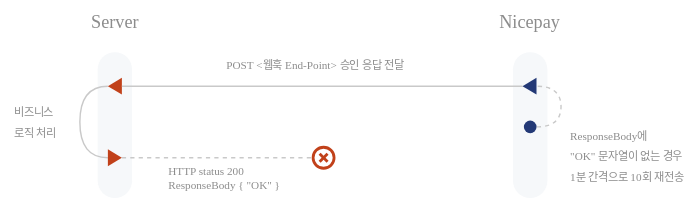
Above: image/payment-webhook.svg in nicepayments/nicepay-manual (draw.io), before the change. Source tidied: cells renumbered, new cells last; positions are measured from the earlier drawing's top-left corner, leaving out a move shared by most shapes.
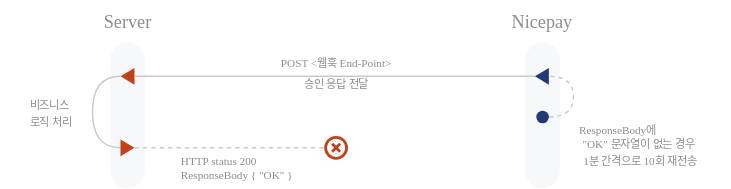
After the commit.

Commit message:
fix: 웹훅 이미지 수정

Diff of the diagram source:
```diff
@@ -37,8 +37,8 @@
     <mxCell id="11" style="ellipse;whiteSpace=wrap;html=1;fillStyle=auto;fillColor=#233976;strokeColor=none;" parent="1" vertex="1">
       <mxGeometry x="373.5" y="85.6" width="9" height="9" as="geometry" />
     </mxCell>
-    <mxCell id="12" value="&lt;font style=&quot;font-size: 8px;&quot;&gt;POST &amp;lt;웹훅 End-Point&amp;gt; 승인 응답 전달&lt;/font&gt;" style="text;html=1;strokeColor=none;fillColor=none;align=center;verticalAlign=middle;whiteSpace=wrap;rounded=0;fillStyle=auto;fontFamily=맑은 고딕;fontColor=#8C8C8C;fontStyle=0;" parent="1" vertex="1">
-      <mxGeometry x="140" y="30" width="170" height="30" as="geometry" />
+    <mxCell id="12" value="&lt;font style=&quot;font-size: 8px;&quot;&gt;POST &amp;lt;웹훅 End-Point&amp;gt; &lt;br&gt;승인 응답 전달&lt;/font&gt;" style="text;html=1;strokeColor=none;fillColor=none;align=center;verticalAlign=middle;whiteSpace=wrap;rounded=0;fillStyle=auto;fontFamily=맑은 고딕;fontColor=#8C8C8C;fontStyle=0;" parent="1" vertex="1">
+      <mxGeometry x="145.5" y="43.1" width="170" height="30" as="geometry" />
     </mxCell>
     <mxCell id="13" value="&lt;div style=&quot;text-align: left;&quot;&gt;&lt;span style=&quot;font-size: 8px; background-color: initial;&quot;&gt;HTTP status 200&lt;/span&gt;&lt;/div&gt;&lt;span style=&quot;font-size: 8px;&quot;&gt;&lt;div style=&quot;text-align: left;&quot;&gt;&lt;span style=&quot;background-color: initial;&quot;&gt;ResponseBody { &quot;OK&quot; }&lt;/span&gt;&lt;/div&gt;&lt;/span&gt;" style="text;html=1;strokeColor=none;fillColor=none;align=center;verticalAlign=middle;whiteSpace=wrap;rounded=0;fillStyle=auto;fontFamily=맑은 고딕;fontColor=#8C8C8C;fontStyle=0;" parent="1" vertex="1">
       <mxGeometry x="110" y="110" width="100" height="30" as="geometry" />
@@ -58,17 +58,26 @@
     <mxCell id="18" style="line;strokeWidth=2;direction=south;html=1;fillStyle=auto;strokeColor=#C1411A;fontFamily=Helvetica;fontSize=8;fontColor=#8C8C8C;fillColor=none;rotation=-45;" parent="16" vertex="1">
       <mxGeometry x="1.4" y="2.4" width="10" height="8" as="geometry" />
     </mxCell>
-    <mxCell id="19" value="&lt;div style=&quot;text-align: left;&quot;&gt;&lt;span style=&quot;font-size: 8px;&quot;&gt;비즈니스&amp;nbsp;&lt;/span&gt;&lt;/div&gt;&lt;div style=&quot;text-align: left;&quot;&gt;&lt;span style=&quot;font-size: 8px;&quot;&gt;로직 처리&lt;/span&gt;&lt;/div&gt;" style="text;html=1;strokeColor=none;fillColor=none;align=center;verticalAlign=middle;whiteSpace=wrap;rounded=0;fillStyle=auto;fontFamily=맑은 고딕;fontColor=#8C8C8C;fontStyle=0;" parent="1" vertex="1">
-      <mxGeometry y="71.1" width="50" height="30" as="geometry" />
+    <mxCell id="19" value="&lt;div style=&quot;text-align: left;&quot;&gt;&lt;span style=&quot;font-size: 8px;&quot;&gt;비즈니스&amp;nbsp;&lt;/span&gt;&lt;/div&gt;" style="text;html=1;strokeColor=none;fillColor=none;align=center;verticalAlign=middle;whiteSpace=wrap;rounded=0;fillStyle=auto;fontFamily=맑은 고딕;fontColor=#8C8C8C;fontStyle=0;" parent="1" vertex="1">
+      <mxGeometry x="1.5" y="66.1" width="50" height="30" as="geometry" />
     </mxCell>
-    <mxCell id="20" value="&lt;div style=&quot;text-align: left;&quot;&gt;&lt;span style=&quot;font-size: 8px;&quot;&gt;ResponseBody에&amp;nbsp;&lt;/span&gt;&lt;/div&gt;&lt;div style=&quot;text-align: left;&quot;&gt;&lt;span style=&quot;font-size: 8px;&quot;&gt;&quot;OK&quot; 문자열이 없는 경우&amp;nbsp;&lt;/span&gt;&lt;/div&gt;&lt;div style=&quot;text-align: left;&quot;&gt;&lt;span style=&quot;font-size: 8px;&quot;&gt;1분 간격으로 10회 재전송&lt;/span&gt;&lt;/div&gt;" style="text;html=1;strokeColor=none;fillColor=none;align=center;verticalAlign=middle;whiteSpace=wrap;rounded=0;fillStyle=auto;fontFamily=맑은 고딕;fontColor=#8C8C8C;fontStyle=0;spacing=2;spacingTop=0;spacingBottom=0;" parent="1" vertex="1">
-      <mxGeometry x="398" y="94.6" width="100" height="30" as="geometry" />
+    <mxCell id="20" value="&lt;div style=&quot;text-align: left;&quot;&gt;&lt;span style=&quot;font-size: 8px;&quot;&gt;ResponseBody에&amp;nbsp;&lt;/span&gt;&lt;/div&gt;" style="text;html=1;strokeColor=none;fillColor=none;align=center;verticalAlign=middle;whiteSpace=wrap;rounded=0;fillStyle=auto;fontFamily=맑은 고딕;fontColor=#8C8C8C;fontStyle=0;spacing=2;spacingTop=0;spacingBottom=0;" parent="1" vertex="1">
+      <mxGeometry x="382.5" y="84.3" width="100" height="30" as="geometry" />
     </mxCell>
     <mxCell id="21" value="&lt;span style=&quot;font-size: 13px;&quot;&gt;Server&lt;/span&gt;" style="text;html=1;strokeColor=none;fillColor=none;align=center;verticalAlign=middle;whiteSpace=wrap;rounded=0;fillStyle=auto;fontFamily=맑은 고딕;fontColor=#8C8C8C;fontStyle=0;fontSize=13;" parent="1" vertex="1">
-      <mxGeometry x="61.5" width="40" height="30" as="geometry" />
+      <mxGeometry x="61.5" y="7" width="40" height="30" as="geometry" />
     </mxCell>
     <mxCell id="22" value="&lt;span style=&quot;font-size: 13px;&quot;&gt;Nicepay&lt;/span&gt;" style="text;html=1;strokeColor=none;fillColor=none;align=center;verticalAlign=middle;whiteSpace=wrap;rounded=0;fillStyle=auto;fontFamily=맑은 고딕;fontColor=#8C8C8C;fontStyle=0;fontSize=13;" parent="1" vertex="1">
-      <mxGeometry x="358" width="40" height="30" as="geometry" />
+      <mxGeometry x="358" y="7" width="40" height="30" as="geometry" />
     </mxCell>
+    <mxCell id="23" value="&lt;div style=&quot;color: rgb(140, 140, 140); font-family: &amp;quot;맑은 고딕&amp;quot;; font-size: 12px; font-style: normal; font-variant-ligatures: normal; font-variant-caps: normal; font-weight: 400; letter-spacing: normal; orphans: 2; text-indent: 0px; text-transform: none; widows: 2; word-spacing: 0px; -webkit-text-stroke-width: 0px; text-decoration-thickness: initial; text-decoration-style: initial; text-decoration-color: initial;&quot;&gt;&lt;span style=&quot;font-size: 8px;&quot;&gt;&quot;OK&quot; 문자열이 없는 경우&lt;/span&gt;&lt;/div&gt;" style="text;whiteSpace=wrap;html=1;fontSize=13;fontFamily=맑은 고딕;align=center;labelBackgroundColor=none;verticalAlign=middle;" parent="1" vertex="1">
+      <mxGeometry x="381.5" y="84.3" width="130" height="50" as="geometry" />
+    </mxCell>
+    <mxCell id="24" value="&lt;span style=&quot;color: rgb(140, 140, 140); font-family: &amp;quot;맑은 고딕&amp;quot;; font-size: 8px; font-style: normal; font-variant-ligatures: normal; font-variant-caps: normal; font-weight: 400; letter-spacing: normal; orphans: 2; text-indent: 0px; text-transform: none; widows: 2; word-spacing: 0px; -webkit-text-stroke-width: 0px; text-decoration-thickness: initial; text-decoration-style: initial; text-decoration-color: initial; float: none; display: inline !important;&quot;&gt;1분 간격으로 10회 재전송&lt;/span&gt;" style="text;whiteSpace=wrap;html=1;fontSize=13;fontFamily=맑은 고딕;align=center;verticalAlign=middle;labelBackgroundColor=none;" parent="1" vertex="1">
+      <mxGeometry x="382.5" y="100" width="130" height="40" as="geometry" />
+    </mxCell>
+    <mxCell id="25" value="&lt;span style=&quot;color: rgb(140, 140, 140); font-family: &amp;quot;맑은 고딕&amp;quot;; font-size: 8px; font-style: normal; font-variant-ligatures: normal; font-variant-caps: normal; font-weight: 400; letter-spacing: normal; orphans: 2; text-indent: 0px; text-transform: none; widows: 2; word-spacing: 0px; -webkit-text-stroke-width: 0px; text-decoration-thickness: initial; text-decoration-style: initial; text-decoration-color: initial; float: none; display: inline !important;&quot;&gt;로직 처리&lt;/span&gt;" style="text;whiteSpace=wrap;html=1;fontSize=13;fontFamily=맑은 고딕;align=center;verticalAlign=middle;labelBackgroundColor=none;" parent="1" vertex="1">
+      <mxGeometry x="-8.5" y="71.5" width="70" height="40" as="geometry" />
+    </mxCell>
   </root>
 </mxGraphModel>
```
